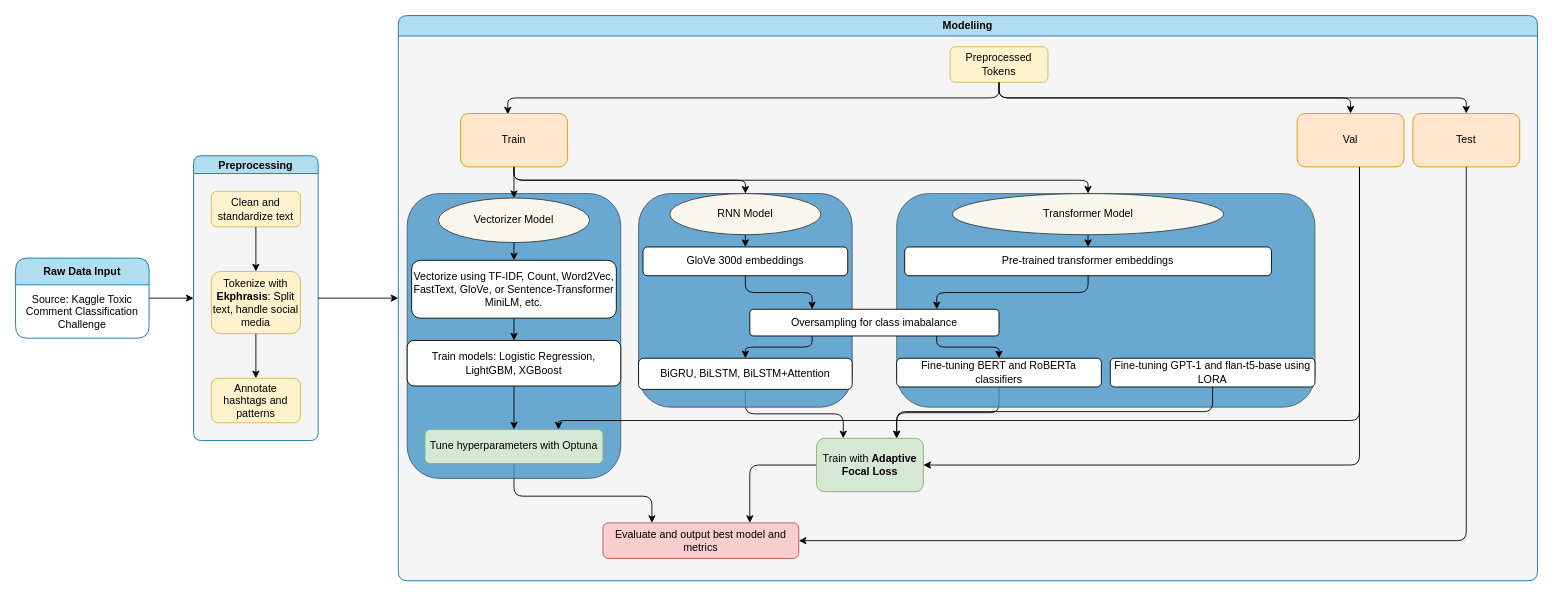
Earlier version of the draw.io diagram pipeline/flowchart.drawio (SuneshSundarasami/Multilabel-Toxicity-Detection-Using-Classical-RNN-and-Transformer-Architectures). Source tidied: cells renumbered, new cells numbered last; positions are measured from the earlier drawing's top-left corner, leaving out a move shared by most shapes. Both pictures are drawn from the tidied source at 89%, with x=0, y=0 at pixel (15, 15).
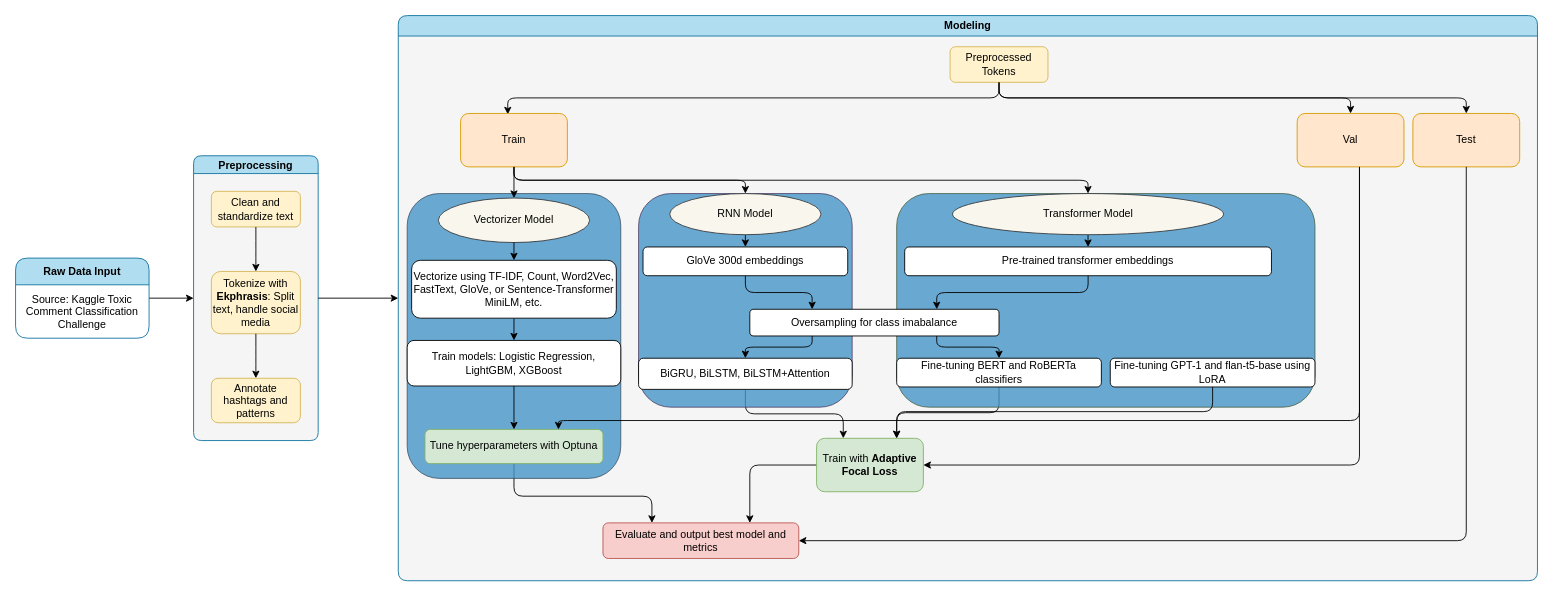
Above is the later version.

The change refers to these unchanged cells:
```xml
<mxCell id="40" style="group;fillColor=#4696C8;fontColor=#ffffff;strokeColor=#3A5431;opacity=80;rounded=1;" parent="11" vertex="1">
  <mxGeometry x="560" y="200" width="470" height="240" as="geometry" />
</mxCell>
```

What changed in the source:
```diff
@@
-    <mxCell id="11" value="Modeliing" style="swimlane;whiteSpace=wrap;html=1;fontStyle=1;fillStyle=auto;fillColor=#B1DDF0;strokeColor=#10739e;rounded=1;labelBackgroundColor=none;swimlaneFillColor=#F5F5F5;" parent="1" vertex="1">
+    <mxCell id="11" value="Modeling" style="swimlane;whiteSpace=wrap;html=1;fontStyle=1;fillStyle=auto;fillColor=#B1DDF0;strokeColor=#10739e;rounded=1;labelBackgroundColor=none;swimlaneFillColor=#F5F5F5;startSize=23;" parent="1" vertex="1">
       <mxGeometry x="430" width="1280" height="635" as="geometry" />
     </mxCell>
@@
-    <mxCell id="47" value="&lt;span style=&quot;color: rgb(0, 0, 0);&quot;&gt;Fine-tuning GPT-1 and flan-t5-base using LORA&lt;/span&gt;" style="whiteSpace=wrap;html=1;rounded=1;" parent="40" vertex="1">
+    <mxCell id="47" value="&lt;span style=&quot;color: rgb(0, 0, 0);&quot;&gt;Fine-tuning GPT-1 and flan-t5-base using LoRA&lt;/span&gt;" style="whiteSpace=wrap;html=1;rounded=1;" parent="40" vertex="1">
       <mxGeometry x="240" y="185" width="230" height="32.3" as="geometry" />
     </mxCell>
```
